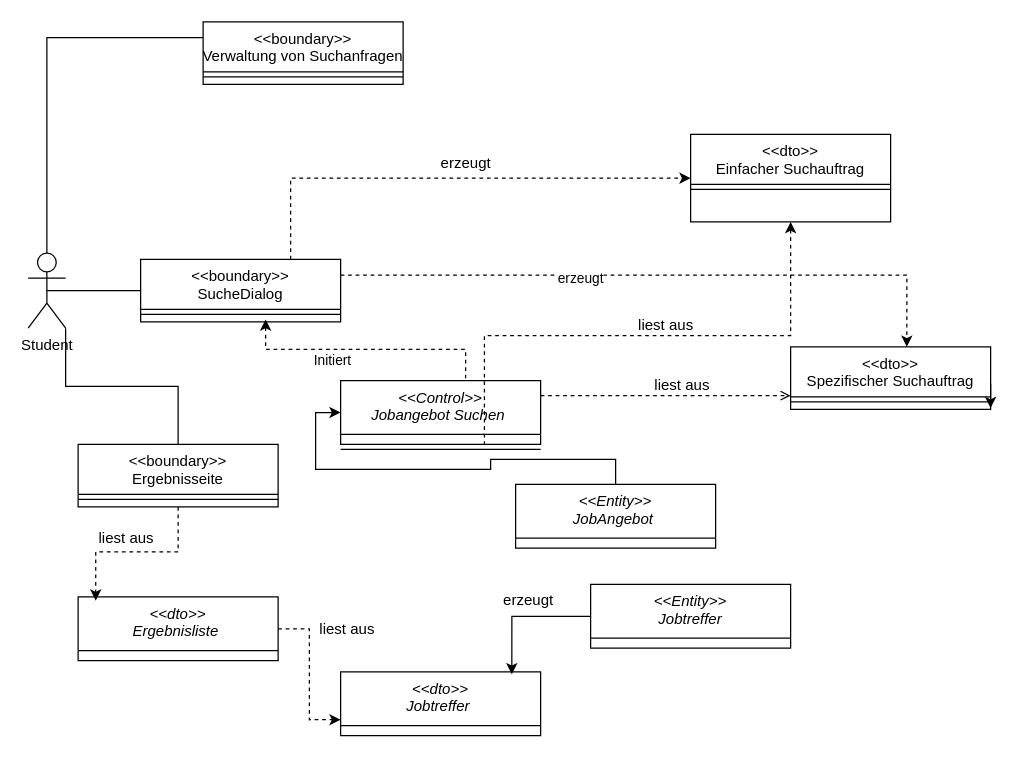
The draw.io diagram 71b.drawio in dhefel2s/Hbrs, before the edit. Source tidied: cells renumbered, new cells numbered last; positions are measured from the earlier drawing's top-left corner, leaving out a move shared by most shapes. Both pictures are drawn from the tidied source at 125%, with x=0, y=0 at pixel (28, 21).
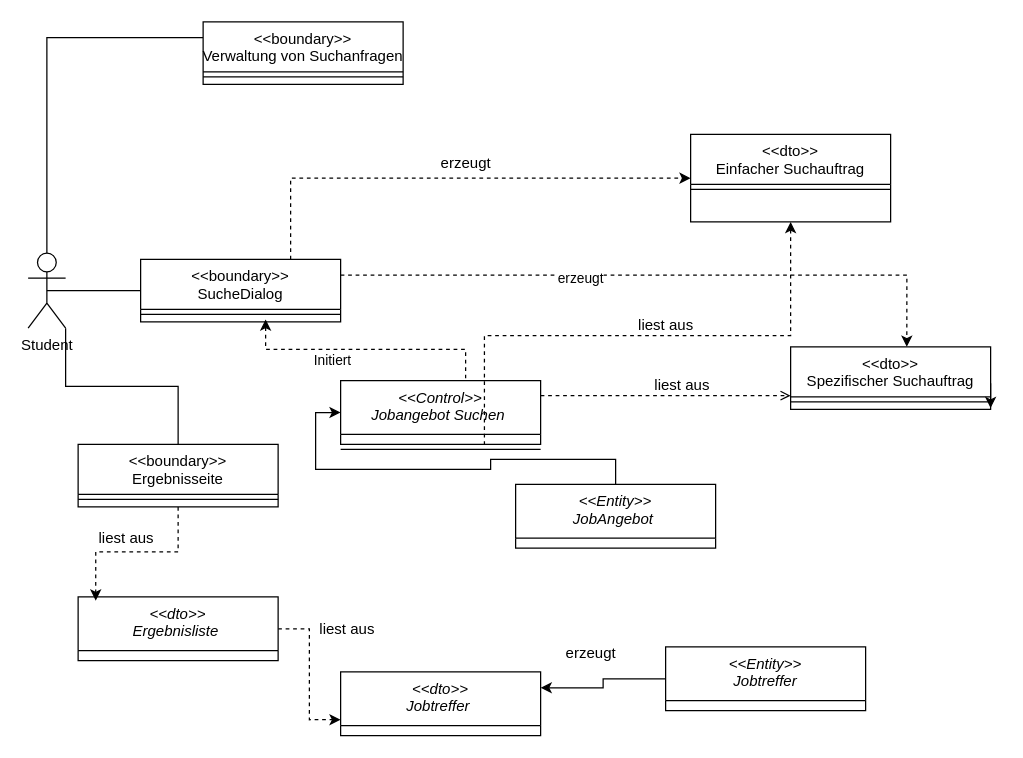
The same diagram, later.

Unchanged cells that the change refers to:
```xml
<mxCell id="27" value="&lt;&lt;dto&gt;&gt;&#10;Jobtreffer " style="swimlane;fontStyle=2;align=center;verticalAlign=top;horizontal=1;startSize=43;rounded=0;shadow=0;strokeWidth=1;" parent="1" vertex="1">
  <mxGeometry x="250" y="520" width="160" height="51" as="geometry" />
</mxCell>
```

Change to the diagram source:
```diff
@@
     <mxCell id="32" value="&lt;&lt;Entity&gt;&gt;&#10;Jobtreffer" style="swimlane;fontStyle=2;align=center;verticalAlign=top;horizontal=1;startSize=43;rounded=0;shadow=0;strokeWidth=1;" parent="1" vertex="1">
-      <mxGeometry x="450" y="450" width="160" height="51" as="geometry" />
+      <mxGeometry x="510" y="500" width="160" height="51" as="geometry" />
     </mxCell>
@@
-    <mxCell id="36" style="edgeStyle=orthogonalEdgeStyle;rounded=0;jettySize=auto;html=1;exitX=0;exitY=0.5;exitDx=0;exitDy=0;entryX=0.856;entryY=0.039;entryDx=0;entryDy=0;entryPerimeter=0;" parent="1" edge="1" source="32" target="27">
+    <mxCell id="36" style="edgeStyle=orthogonalEdgeStyle;rounded=0;jettySize=auto;html=1;exitX=0;exitY=0.5;exitDx=0;exitDy=0;entryX=1;entryY=0.25;entryDx=0;entryDy=0;" parent="1" edge="1" source="32" target="27">
       <mxGeometry relative="1" as="geometry" />
     </mxCell>
     <mxCell id="37" value="erzeugt" style="text;html=1;align=center;verticalAlign=middle;strokeColor=none;fillColor=none;" parent="1" vertex="1">
-      <mxGeometry x="370" y="448" width="60" height="30" as="geometry" />
+      <mxGeometry x="420" y="490" width="60" height="30" as="geometry" />
     </mxCell>
```
